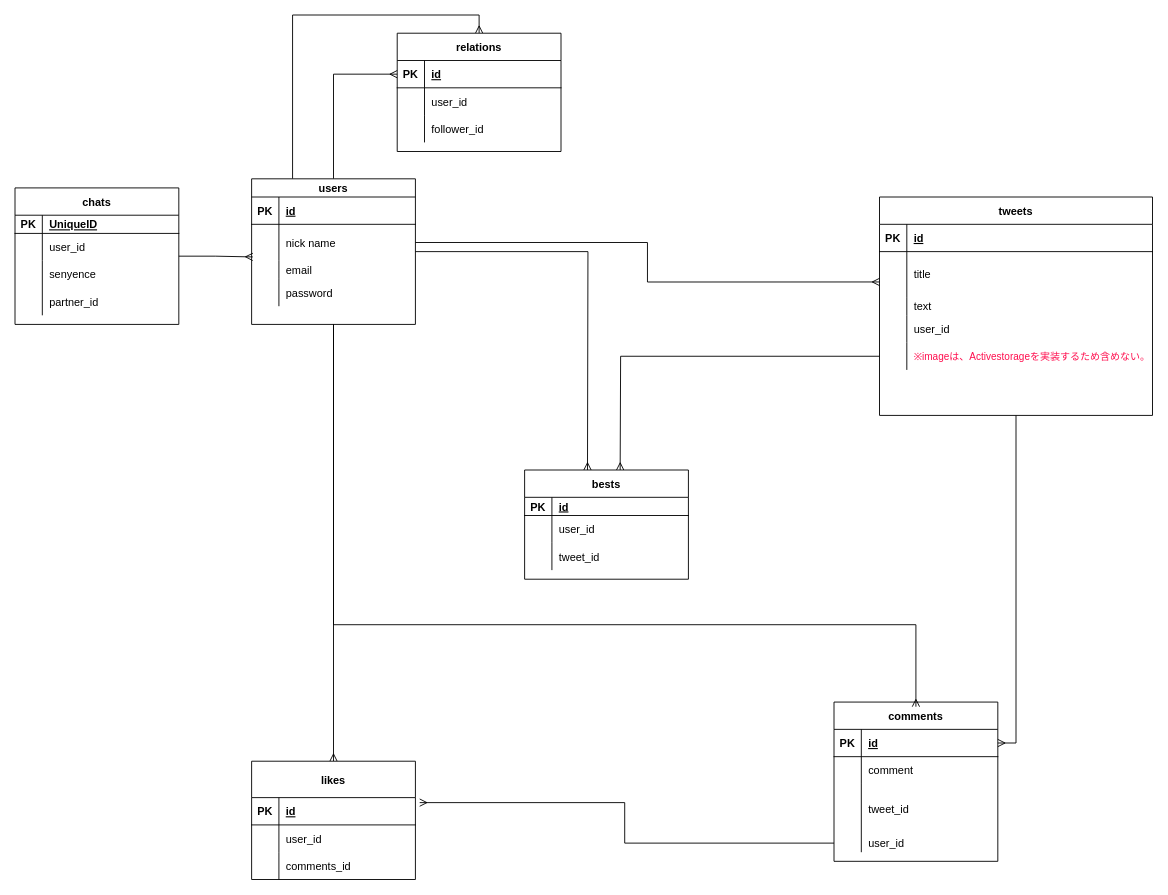
Above: spoilme.dio in hiromikagawa/spoil-me-more (draw.io), before the change. Source tidied: cells renumbered, new cells numbered last; positions are measured from the earlier drawing's top-left corner, leaving out a move shared by most shapes. Both pictures are drawn from the tidied source at 91%, with x=0, y=0 at pixel (15, 33).
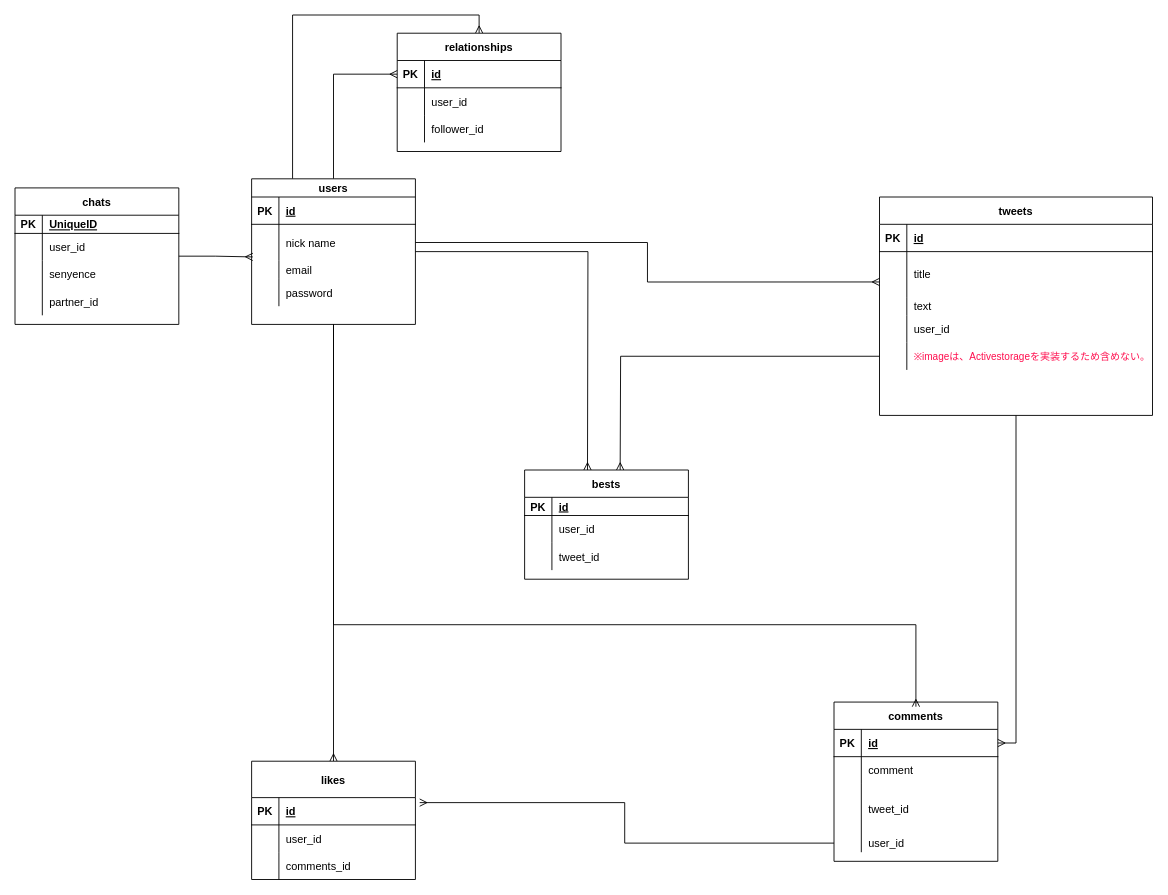
Above is the later version.

Change to the diagram source:
```diff
@@
-    <mxCell id="61" value="relations" style="shape=table;startSize=30;childLayout=tableLayout;rowLines=0;fontStyle=1;align=center;" parent="1" vertex="1">
+    <mxCell id="61" value="relationships" style="shape=table;startSize=30;childLayout=tableLayout;rowLines=0;fontStyle=1;align=center;" parent="1" vertex="1">
       <mxGeometry x="420" width="180" height="130" as="geometry" />
     </mxCell>
```
